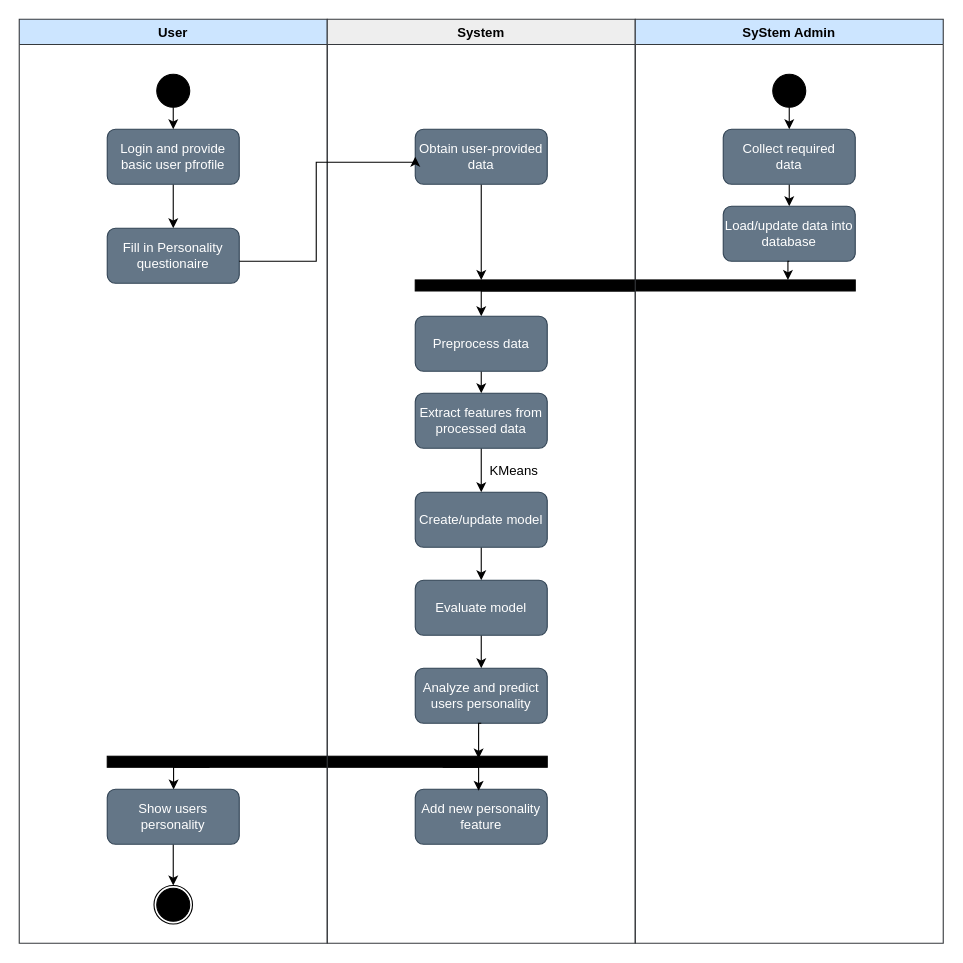
Above: Activity diagram.drawio in JohnMugambi/Files (draw.io), before the change. Source tidied: cells renumbered, new cells numbered last; positions are measured from the earlier drawing's top-left corner, leaving out a move shared by most shapes. Both pictures are drawn from the tidied source at 110%, with x=0, y=0 at pixel (19, 19).
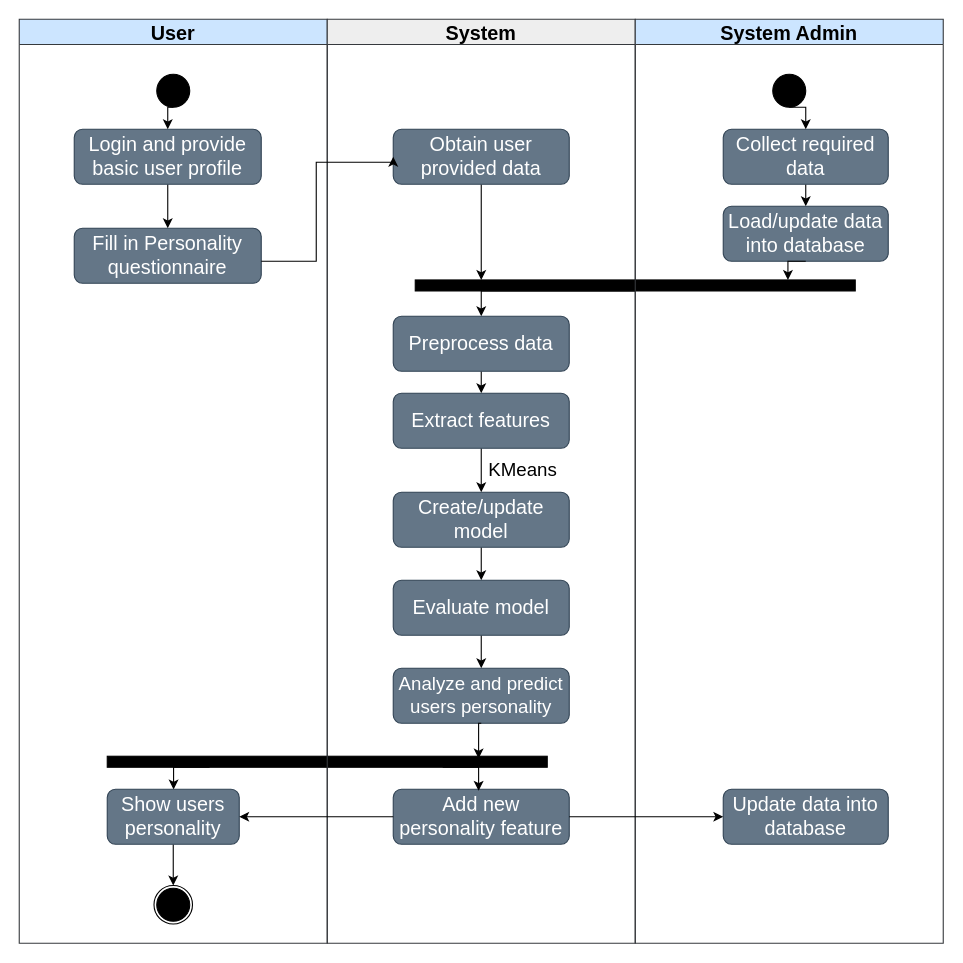
The same page after the edit.

Change to the diagram source:
```diff
@@
-    <mxCell id="2" value="User" style="swimlane;fillColor=#cce5ff;strokeColor=#36393d;" parent="1" vertex="1">
+    <mxCell id="2" value="User" style="swimlane;fillColor=#cce5ff;strokeColor=#36393d;startSize=23;fontSize=18;" parent="1" vertex="1">
       <mxGeometry width="280" height="840" as="geometry" />
     </mxCell>
@@
-    <mxCell id="4" value="&lt;div&gt;Login and provide&lt;/div&gt;&lt;div&gt;basic user pfrofile&lt;br&gt;&lt;/div&gt;" style="rounded=1;whiteSpace=wrap;html=1;fillColor=#647687;strokeColor=#314354;fontColor=#ffffff;" parent="2" vertex="1">
-      <mxGeometry x="80" y="100" width="120" height="50" as="geometry" />
+    <mxCell id="4" value="&lt;div style=&quot;font-size: 18px;&quot;&gt;&lt;font style=&quot;font-size: 18px;&quot;&gt;Login and provide&lt;/font&gt;&lt;/div&gt;&lt;div style=&quot;font-size: 18px;&quot;&gt;&lt;font style=&quot;font-size: 18px;&quot;&gt;basic user profile&lt;br&gt;&lt;/font&gt;&lt;/div&gt;" style="rounded=1;whiteSpace=wrap;html=1;fillColor=#647687;strokeColor=#314354;fontColor=#ffffff;" parent="2" vertex="1">
+      <mxGeometry x="50" y="100" width="170" height="50" as="geometry" />
     </mxCell>
@@
-    <mxCell id="7" value="&lt;div&gt;Fill in Personality &lt;br&gt;&lt;/div&gt;&lt;div&gt;questionaire&lt;br&gt;&lt;/div&gt;" style="rounded=1;whiteSpace=wrap;html=1;fillColor=#647687;strokeColor=#314354;fontColor=#ffffff;" parent="2" vertex="1">
-      <mxGeometry x="80" y="190" width="120" height="50" as="geometry" />
+    <mxCell id="7" value="&lt;div style=&quot;font-size: 18px;&quot;&gt;&lt;font style=&quot;font-size: 18px;&quot;&gt;Fill in Personality &lt;br&gt;&lt;/font&gt;&lt;/div&gt;&lt;div style=&quot;font-size: 18px;&quot;&gt;&lt;font style=&quot;font-size: 18px;&quot;&gt;questionnaire&lt;br&gt;&lt;/font&gt;&lt;/div&gt;" style="rounded=1;whiteSpace=wrap;html=1;fillColor=#647687;strokeColor=#314354;fontColor=#ffffff;" parent="2" vertex="1">
+      <mxGeometry x="50" y="190" width="170" height="50" as="geometry" />
     </mxCell>
@@
-    <mxCell id="11" value="Show users personality" style="rounded=1;whiteSpace=wrap;html=1;fillColor=#647687;strokeColor=#314354;fontColor=#ffffff;" parent="2" vertex="1">
+    <mxCell id="11" value="&lt;font style=&quot;font-size: 18px;&quot;&gt;Show users personality&lt;/font&gt;" style="rounded=1;whiteSpace=wrap;html=1;fillColor=#647687;strokeColor=#314354;fontColor=#ffffff;" parent="2" vertex="1">
       <mxGeometry x="80" y="700" width="120" height="50" as="geometry" />
     </mxCell>
@@
-    <mxCell id="15" value="System" style="swimlane;fillColor=#eeeeee;strokeColor=#36393d;" parent="1" vertex="1">
+    <mxCell id="15" value="System" style="swimlane;fillColor=#eeeeee;strokeColor=#36393d;startSize=23;fontSize=18;" parent="1" vertex="1">
       <mxGeometry x="280" width="280" height="840" as="geometry" />
     </mxCell>
@@
-    <mxCell id="17" value="&lt;div&gt;Obtain user-provided&lt;/div&gt;&lt;div&gt;data&lt;br&gt;&lt;/div&gt;" style="rounded=1;whiteSpace=wrap;html=1;fillColor=#647687;strokeColor=#314354;fontColor=#ffffff;" parent="15" vertex="1">
-      <mxGeometry x="80" y="100" width="120" height="50" as="geometry" />
+    <mxCell id="17" value="&lt;div style=&quot;font-size: 18px;&quot;&gt;&lt;font style=&quot;font-size: 18px;&quot;&gt;Obtain user provided data&lt;br&gt;&lt;/font&gt;&lt;/div&gt;" style="rounded=1;whiteSpace=wrap;html=1;fillColor=#647687;strokeColor=#314354;fontColor=#ffffff;" parent="15" vertex="1">
+      <mxGeometry x="60" y="100" width="160" height="50" as="geometry" />
     </mxCell>
@@
-    <mxCell id="21" value="Preprocess data" style="rounded=1;whiteSpace=wrap;html=1;fillColor=#647687;strokeColor=#314354;fontColor=#ffffff;" parent="15" vertex="1">
-      <mxGeometry x="80" y="270" width="120" height="50" as="geometry" />
+    <mxCell id="21" value="&lt;font style=&quot;font-size: 18px;&quot;&gt;Preprocess data&lt;/font&gt;" style="rounded=1;whiteSpace=wrap;html=1;fillColor=#647687;strokeColor=#314354;fontColor=#ffffff;" parent="15" vertex="1">
+      <mxGeometry x="60" y="270" width="160" height="50" as="geometry" />
     </mxCell>
@@
-    <mxCell id="23" value="Extract features from processed data" style="rounded=1;whiteSpace=wrap;html=1;fillColor=#647687;strokeColor=#314354;fontColor=#ffffff;" parent="15" vertex="1">
-      <mxGeometry x="80" y="340" width="120" height="50" as="geometry" />
+    <mxCell id="23" value="&lt;font style=&quot;font-size: 18px;&quot;&gt;Extract features&lt;br&gt;&lt;/font&gt;" style="rounded=1;whiteSpace=wrap;html=1;fillColor=#647687;strokeColor=#314354;fontColor=#ffffff;" parent="15" vertex="1">
+      <mxGeometry x="60" y="340" width="160" height="50" as="geometry" />
     </mxCell>
@@
-    <mxCell id="25" value="Create/update model" style="rounded=1;whiteSpace=wrap;html=1;fillColor=#647687;strokeColor=#314354;fontColor=#ffffff;" parent="15" vertex="1">
-      <mxGeometry x="80" y="430" width="120" height="50" as="geometry" />
+    <mxCell id="25" value="&lt;font style=&quot;font-size: 18px;&quot;&gt;Create/update model&lt;/font&gt;" style="rounded=1;whiteSpace=wrap;html=1;fillColor=#647687;strokeColor=#314354;fontColor=#ffffff;" parent="15" vertex="1">
+      <mxGeometry x="60" y="430" width="160" height="50" as="geometry" />
     </mxCell>
-    <mxCell id="26" value="KMeans" style="text;html=1;strokeColor=none;fillColor=none;align=center;verticalAlign=middle;whiteSpace=wrap;rounded=0;" parent="15" vertex="1">
-      <mxGeometry x="140" y="396" width="60" height="30" as="geometry" />
-    </mxCell>
@@
-    <mxCell id="28" value="Evaluate model" style="rounded=1;whiteSpace=wrap;html=1;fillColor=#647687;strokeColor=#314354;fontColor=#ffffff;" parent="15" vertex="1">
-      <mxGeometry x="80" y="510" width="120" height="50" as="geometry" />
+    <mxCell id="28" value="&lt;font style=&quot;font-size: 18px;&quot;&gt;Evaluate model&lt;/font&gt;" style="rounded=1;whiteSpace=wrap;html=1;fillColor=#647687;strokeColor=#314354;fontColor=#ffffff;" parent="15" vertex="1">
+      <mxGeometry x="60" y="510" width="160" height="50" as="geometry" />
     </mxCell>
-    <mxCell id="29" value="Analyze and predict users personality" style="rounded=1;whiteSpace=wrap;html=1;fillColor=#647687;strokeColor=#314354;fontColor=#ffffff;" parent="15" vertex="1">
-      <mxGeometry x="80" y="590" width="120" height="50" as="geometry" />
+    <mxCell id="29" value="&lt;font style=&quot;font-size: 17px;&quot;&gt;Analyze and predict users personality&lt;/font&gt;" style="rounded=1;whiteSpace=wrap;html=1;fillColor=#647687;strokeColor=#314354;fontColor=#ffffff;" parent="15" vertex="1">
+      <mxGeometry x="60" y="590" width="160" height="50" as="geometry" />
     </mxCell>
-    <mxCell id="30" value="Add new personality feature" style="rounded=1;whiteSpace=wrap;html=1;fillColor=#647687;strokeColor=#314354;fontColor=#ffffff;" parent="15" vertex="1">
-      <mxGeometry x="80" y="700" width="120" height="50" as="geometry" />
+    <mxCell id="30" value="&lt;font style=&quot;font-size: 18px;&quot;&gt;Add new personality feature&lt;/font&gt;" style="rounded=1;whiteSpace=wrap;html=1;fillColor=#647687;strokeColor=#314354;fontColor=#ffffff;" parent="15" vertex="1">
+      <mxGeometry x="60" y="700" width="160" height="50" as="geometry" />
     </mxCell>
-    <mxCell id="31" value="SyStem Admin" style="swimlane;fillColor=#cce5ff;strokeColor=#36393d;" parent="1" vertex="1">
+    <mxCell id="31" value="System Admin" style="swimlane;fillColor=#cce5ff;strokeColor=#36393d;fontSize=18;" parent="1" vertex="1">
       <mxGeometry x="560" width="280" height="840" as="geometry" />
     </mxCell>
@@
-    <mxCell id="33" value="&lt;div&gt;Collect required&lt;/div&gt;&lt;div&gt;data&lt;br&gt;&lt;/div&gt;" style="rounded=1;whiteSpace=wrap;html=1;fillColor=#647687;strokeColor=#314354;fontColor=#ffffff;" parent="31" vertex="1">
-      <mxGeometry x="80" y="100" width="120" height="50" as="geometry" />
+    <mxCell id="33" value="&lt;div style=&quot;font-size: 18px;&quot;&gt;&lt;font style=&quot;font-size: 18px;&quot;&gt;Collect required&lt;/font&gt;&lt;/div&gt;&lt;div style=&quot;font-size: 18px;&quot;&gt;&lt;font style=&quot;font-size: 18px;&quot;&gt;data&lt;br&gt;&lt;/font&gt;&lt;/div&gt;" style="rounded=1;whiteSpace=wrap;html=1;fillColor=#647687;strokeColor=#314354;fontColor=#ffffff;" parent="31" vertex="1">
+      <mxGeometry x="80" y="100" width="150" height="50" as="geometry" />
     </mxCell>
@@
-    <mxCell id="36" value="Load/update data into database" style="rounded=1;whiteSpace=wrap;html=1;fillColor=#647687;strokeColor=#314354;fontColor=#ffffff;" parent="31" vertex="1">
-      <mxGeometry x="80" y="170" width="120" height="50" as="geometry" />
+    <mxCell id="36" value="&lt;font style=&quot;font-size: 18px;&quot;&gt;Load/update data into database&lt;/font&gt;" style="rounded=1;whiteSpace=wrap;html=1;fillColor=#647687;strokeColor=#314354;fontColor=#ffffff;" parent="31" vertex="1">
+      <mxGeometry x="80" y="170" width="150" height="50" as="geometry" />
     </mxCell>
+    <mxCell id="41" value="&lt;font style=&quot;font-size: 18px;&quot;&gt;Update data into database&lt;/font&gt;" style="rounded=1;whiteSpace=wrap;html=1;fillColor=#647687;strokeColor=#314354;fontColor=#ffffff;" parent="31" vertex="1">
+      <mxGeometry x="80" y="700" width="150" height="50" as="geometry" />
+    </mxCell>
@@
+    <mxCell id="42" style="edgeStyle=orthogonalEdgeStyle;rounded=0;jettySize=auto;html=1;exitX=0;exitY=0.5;exitDx=0;exitDy=0;entryX=1;entryY=0.5;entryDx=0;entryDy=0;" parent="1" edge="1" source="30" target="11">
+      <mxGeometry relative="1" as="geometry" />
+    </mxCell>
+    <mxCell id="43" style="edgeStyle=orthogonalEdgeStyle;rounded=0;jettySize=auto;html=1;entryX=0;entryY=0.5;entryDx=0;entryDy=0;" parent="1" edge="1" source="30" target="41">
+      <mxGeometry relative="1" as="geometry" />
+    </mxCell>
+    <mxCell id="26" value="&lt;font style=&quot;font-size: 17px;&quot;&gt;KMeans&lt;/font&gt;" style="text;html=1;strokeColor=none;fillColor=none;align=center;verticalAlign=middle;whiteSpace=wrap;rounded=0;" parent="1" vertex="1">
+      <mxGeometry x="428" y="396" width="60" height="30" as="geometry" />
+    </mxCell>
```
